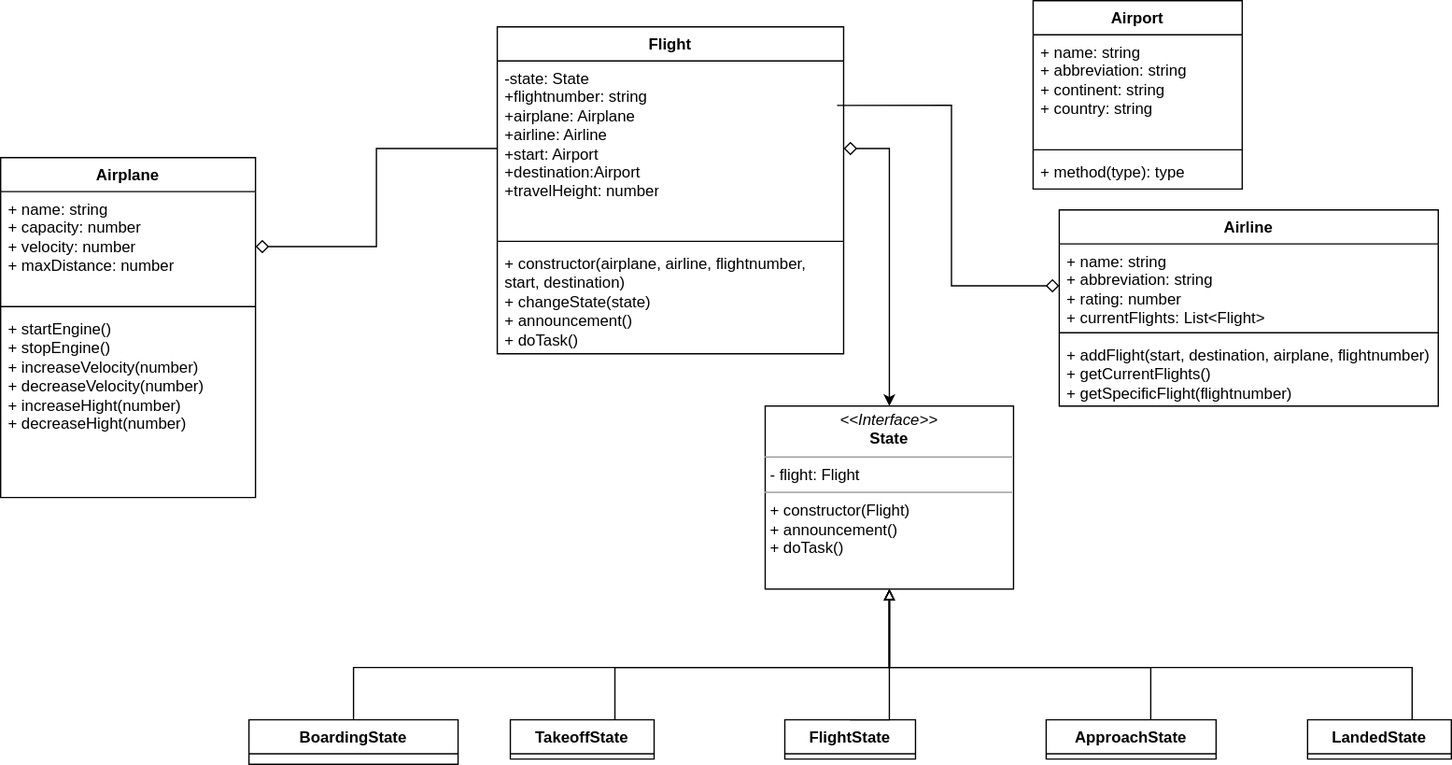
Above: Airline_Class_Diagram.svg in ModEraNoah/Airline (draw.io), before the change. Source tidied: cells renumbered, new cells last; positions are measured from the earlier drawing's top-left corner, leaving out a move shared by most shapes. The source it was exported from:
```xml
<mxGraphModel>
  <root>
    <mxCell id="0" />
    <mxCell id="1" parent="0" />
    <mxCell id="2" value="Flight" style="swimlane;fontStyle=1;align=center;verticalAlign=top;horizontal=1;startSize=26;whiteSpace=wrap;html=1;" parent="1" vertex="1">
      <mxGeometry x="380" y="20" width="265" height="250" as="geometry" />
    </mxCell>
    <mxCell id="3" value="&lt;div&gt;-state: State&lt;/div&gt;&lt;div&gt;+flightnumber: string&lt;/div&gt;&lt;div&gt;+airplane: Airplane&lt;/div&gt;&lt;div&gt;+airline: Airline&lt;/div&gt;&lt;div&gt;+start: Airport&lt;/div&gt;&lt;div&gt;+destination:Airport&lt;/div&gt;&lt;div&gt;+travelHeight: number&lt;br&gt;&lt;/div&gt;" style="text;strokeColor=none;fillColor=none;align=left;verticalAlign=top;spacingLeft=4;spacingRight=4;overflow=hidden;points=[[0,0.5],[1,0.5]];portConstraint=eastwest;whiteSpace=wrap;html=1;" parent="2" vertex="1">
      <mxGeometry y="26" width="265" height="134" as="geometry" />
    </mxCell>
    <mxCell id="4" style="line;strokeWidth=1;fillColor=none;align=left;verticalAlign=middle;spacingTop=-1;spacingLeft=3;spacingRight=3;labelPosition=right;strokeColor=inherit;" parent="2" vertex="1">
      <mxGeometry y="160" width="265" height="8" as="geometry" />
    </mxCell>
    <mxCell id="5" value="&lt;div&gt;+ constructor(airplane, airline, flightnumber, start, destination)&lt;/div&gt;&lt;div&gt;+ changeState(state)&lt;/div&gt;&lt;div&gt;+ announcement()&lt;/div&gt;&lt;div&gt;+ doTask()&lt;br&gt;&lt;/div&gt;" style="text;strokeColor=none;fillColor=none;align=left;verticalAlign=top;spacingLeft=4;spacingRight=4;overflow=hidden;whiteSpace=wrap;html=1;" parent="2" vertex="1">
      <mxGeometry y="168" width="265" height="82" as="geometry" />
    </mxCell>
    <mxCell id="6" value="&lt;p style=&quot;margin:0px;margin-top:4px;text-align:center;&quot;&gt;&lt;i&gt;&amp;lt;&amp;lt;Interface&amp;gt;&amp;gt;&lt;br&gt;&lt;/i&gt;&lt;b&gt;State&lt;/b&gt;&lt;br&gt;&lt;/p&gt;&lt;hr size=&quot;1&quot;&gt;&lt;p style=&quot;margin:0px;margin-left:4px;&quot;&gt;- flight: Flight&lt;br&gt;&lt;/p&gt;&lt;hr size=&quot;1&quot;&gt;&lt;p style=&quot;margin:0px;margin-left:4px;&quot;&gt;+ constructor(Flight)&lt;/p&gt;&lt;p style=&quot;margin:0px;margin-left:4px;&quot;&gt;+ announcement()&lt;/p&gt;&lt;p style=&quot;margin:0px;margin-left:4px;&quot;&gt;+ doTask()&lt;br&gt;&lt;/p&gt;" style="verticalAlign=top;align=left;overflow=fill;fontSize=12;fontFamily=Helvetica;html=1;whiteSpace=wrap;" parent="1" vertex="1">
      <mxGeometry x="585" y="310" width="190" height="140" as="geometry" />
    </mxCell>
    <mxCell id="7" style="edgeStyle=orthogonalEdgeStyle;rounded=0;jettySize=auto;html=1;startArrow=diamond;startFill=0;exitX=1;exitY=0.5;exitDx=0;exitDy=0;startSize=8;" parent="1" edge="1" source="3" target="6">
      <mxGeometry relative="1" as="geometry" />
    </mxCell>
    <mxCell id="8" style="edgeStyle=orthogonalEdgeStyle;rounded=0;jettySize=auto;html=1;entryX=0.5;entryY=1;entryDx=0;entryDy=0;endArrow=block;endFill=0;strokeWidth=1;endSize=6;" parent="1" edge="1" source="9" target="6">
      <mxGeometry relative="1" as="geometry">
        <Array as="points">
          <mxPoint x="270" y="510" />
          <mxPoint x="680" y="510" />
        </Array>
      </mxGeometry>
    </mxCell>
    <mxCell id="9" value="BoardingState" style="swimlane;fontStyle=1;align=center;verticalAlign=top;horizontal=1;startSize=26;whiteSpace=wrap;html=1;" parent="1" vertex="1">
      <mxGeometry x="190" y="550" width="160" height="34" as="geometry" />
    </mxCell>
    <mxCell id="10" value="TakeoffState" style="swimlane;fontStyle=1;align=center;verticalAlign=top;horizontal=1;startSize=26;whiteSpace=wrap;html=1;" parent="1" vertex="1" collapsed="1">
      <mxGeometry x="390" y="550" width="110" height="30" as="geometry" />
    </mxCell>
    <mxCell id="11" value="FlightState" style="swimlane;fontStyle=1;align=center;verticalAlign=top;horizontal=1;startSize=26;whiteSpace=wrap;html=1;" parent="1" vertex="1" collapsed="1">
      <mxGeometry x="600" y="550" width="100" height="30" as="geometry" />
    </mxCell>
    <mxCell id="12" style="edgeStyle=orthogonalEdgeStyle;rounded=0;jettySize=auto;html=1;endArrow=block;endFill=0;entryX=0.5;entryY=1;entryDx=0;entryDy=0;" parent="1" edge="1" source="13" target="6">
      <mxGeometry relative="1" as="geometry">
        <Array as="points">
          <mxPoint x="880" y="510" />
          <mxPoint x="680" y="510" />
        </Array>
      </mxGeometry>
    </mxCell>
    <mxCell id="13" value="ApproachState" style="swimlane;fontStyle=1;align=center;verticalAlign=top;horizontal=1;startSize=26;whiteSpace=wrap;html=1;" parent="1" vertex="1" collapsed="1">
      <mxGeometry x="800" y="550" width="130" height="30" as="geometry" />
    </mxCell>
    <mxCell id="14" style="edgeStyle=orthogonalEdgeStyle;rounded=0;jettySize=auto;html=1;entryX=0.5;entryY=1;entryDx=0;entryDy=0;endArrow=block;endFill=0;" parent="1" edge="1" source="15" target="6">
      <mxGeometry relative="1" as="geometry">
        <Array as="points">
          <mxPoint x="1080" y="510" />
          <mxPoint x="680" y="510" />
        </Array>
      </mxGeometry>
    </mxCell>
    <mxCell id="15" value="LandedState" style="swimlane;fontStyle=1;align=center;verticalAlign=top;horizontal=1;startSize=26;whiteSpace=wrap;html=1;" parent="1" vertex="1" collapsed="1">
      <mxGeometry x="1000" y="550" width="110" height="30" as="geometry" />
    </mxCell>
    <mxCell id="16" style="edgeStyle=orthogonalEdgeStyle;rounded=0;jettySize=auto;html=1;entryX=0.5;entryY=1;entryDx=0;entryDy=0;endArrow=block;endFill=0;strokeWidth=1;endSize=6;" parent="1" edge="1" source="10" target="6">
      <mxGeometry relative="1" as="geometry">
        <Array as="points">
          <mxPoint x="470" y="510" />
          <mxPoint x="680" y="510" />
          <mxPoint x="680" y="450" />
        </Array>
      </mxGeometry>
    </mxCell>
    <mxCell id="17" style="edgeStyle=orthogonalEdgeStyle;rounded=0;jettySize=auto;html=1;entryX=0.5;entryY=1;entryDx=0;entryDy=0;endArrow=block;endFill=0;strokeWidth=1;endSize=6;exitX=0.5;exitY=0;exitDx=0;exitDy=0;" parent="1" edge="1" source="11" target="6">
      <mxGeometry relative="1" as="geometry">
        <Array as="points">
          <mxPoint x="680" y="480" />
          <mxPoint x="680" y="480" />
        </Array>
      </mxGeometry>
    </mxCell>
    <mxCell id="18" value="Airplane" style="swimlane;fontStyle=1;align=center;verticalAlign=top;horizontal=1;startSize=26;whiteSpace=wrap;html=1;" parent="1" vertex="1">
      <mxGeometry y="120" width="195" height="260" as="geometry" />
    </mxCell>
    <mxCell id="19" value="&lt;div&gt;+ name: string&lt;/div&gt;&lt;div&gt;+ capacity: number&lt;br&gt;&lt;/div&gt;&lt;div&gt;+ velocity: number&lt;/div&gt;&lt;div&gt;+ maxDistance: number&lt;br&gt;&lt;/div&gt;" style="text;strokeColor=none;fillColor=none;align=left;verticalAlign=top;spacingLeft=4;spacingRight=4;overflow=hidden;points=[[0,0.5],[1,0.5]];portConstraint=eastwest;whiteSpace=wrap;html=1;" parent="18" vertex="1">
      <mxGeometry y="26" width="195" height="84" as="geometry" />
    </mxCell>
    <mxCell id="20" style="line;strokeWidth=1;fillColor=none;align=left;verticalAlign=middle;spacingTop=-1;spacingLeft=3;spacingRight=3;labelPosition=right;strokeColor=inherit;" parent="18" vertex="1">
      <mxGeometry y="110" width="195" height="8" as="geometry" />
    </mxCell>
    <mxCell id="21" value="&lt;div&gt;+ startEngine()&lt;/div&gt;&lt;div&gt;+ stopEngine()&lt;/div&gt;&lt;div&gt;+ increaseVelocity(number)&lt;/div&gt;&lt;div&gt;+ decreaseVelocity(number)&lt;/div&gt;&lt;div&gt;+ increaseHight(number)&lt;/div&gt;&lt;div&gt;+ decreaseHight(number)&lt;br&gt;&lt;/div&gt;" style="text;strokeColor=none;fillColor=none;align=left;verticalAlign=top;spacingLeft=4;spacingRight=4;overflow=hidden;whiteSpace=wrap;html=1;" parent="18" vertex="1">
      <mxGeometry y="118" width="195" height="142" as="geometry" />
    </mxCell>
    <mxCell id="22" style="edgeStyle=orthogonalEdgeStyle;rounded=0;jettySize=auto;html=1;exitX=1;exitY=0.5;exitDx=0;exitDy=0;entryX=0;entryY=0.5;entryDx=0;entryDy=0;endArrow=none;endFill=0;startArrow=diamond;startFill=0;startSize=8;" parent="1" edge="1" source="19" target="3">
      <mxGeometry relative="1" as="geometry" />
    </mxCell>
    <mxCell id="23" value="Airline" style="swimlane;fontStyle=1;align=center;verticalAlign=top;horizontal=1;startSize=26;whiteSpace=wrap;html=1;" parent="1" vertex="1">
      <mxGeometry x="810" y="160" width="290" height="150" as="geometry" />
    </mxCell>
    <mxCell id="24" value="&lt;div&gt;+ name: string&lt;/div&gt;&lt;div&gt;+ abbreviation: string&lt;/div&gt;&lt;div&gt;+ rating: number&lt;/div&gt;&lt;div&gt;+ currentFlights: List&amp;lt;Flight&amp;gt;&lt;br&gt;&lt;/div&gt;" style="text;strokeColor=none;fillColor=none;align=left;verticalAlign=top;spacingLeft=4;spacingRight=4;overflow=hidden;points=[[0,0.5],[1,0.5]];portConstraint=eastwest;whiteSpace=wrap;html=1;" parent="23" vertex="1">
      <mxGeometry y="26" width="290" height="64" as="geometry" />
    </mxCell>
    <mxCell id="25" style="line;strokeWidth=1;fillColor=none;align=left;verticalAlign=middle;spacingTop=-1;spacingLeft=3;spacingRight=3;labelPosition=right;strokeColor=inherit;" parent="23" vertex="1">
      <mxGeometry y="90" width="290" height="8" as="geometry" />
    </mxCell>
    <mxCell id="26" value="&lt;div&gt;+ addFlight(start, destination, airplane, flightnumber)&lt;/div&gt;&lt;div&gt;+ getCurrentFlights()&lt;/div&gt;&lt;div&gt;+ getSpecificFlight(flightnumber)&lt;br&gt;&lt;/div&gt;" style="text;strokeColor=none;fillColor=none;align=left;verticalAlign=top;spacingLeft=4;spacingRight=4;overflow=hidden;whiteSpace=wrap;html=1;" parent="23" vertex="1">
      <mxGeometry y="98" width="290" height="52" as="geometry" />
    </mxCell>
    <mxCell id="27" style="edgeStyle=orthogonalEdgeStyle;rounded=0;jettySize=auto;html=1;exitX=0;exitY=0.5;exitDx=0;exitDy=0;entryX=0.981;entryY=0.254;entryDx=0;entryDy=0;entryPerimeter=0;endArrow=none;endFill=0;startArrow=diamond;startFill=0;endSize=6;startSize=8;" parent="1" edge="1" source="24" target="3">
      <mxGeometry relative="1" as="geometry" />
    </mxCell>
    <mxCell id="28" value="Airport" style="swimlane;fontStyle=1;align=center;verticalAlign=top;horizontal=1;startSize=26;whiteSpace=wrap;html=1;" parent="1" vertex="1">
      <mxGeometry x="790" width="160" height="144" as="geometry" />
    </mxCell>
    <mxCell id="29" value="&lt;div&gt;+ name: string&lt;/div&gt;&lt;div&gt;+ abbreviation: string&lt;/div&gt;&lt;div&gt;+ continent: string&lt;/div&gt;&lt;div&gt;+ country: string&lt;/div&gt;" style="text;strokeColor=none;fillColor=none;align=left;verticalAlign=top;spacingLeft=4;spacingRight=4;overflow=hidden;whiteSpace=wrap;html=1;" parent="28" vertex="1">
      <mxGeometry y="26" width="160" height="84" as="geometry" />
    </mxCell>
    <mxCell id="30" style="line;strokeWidth=1;fillColor=none;align=left;verticalAlign=middle;spacingTop=-1;spacingLeft=3;spacingRight=3;labelPosition=right;strokeColor=inherit;" parent="28" vertex="1">
      <mxGeometry y="110" width="160" height="8" as="geometry" />
    </mxCell>
    <mxCell id="31" value="+ method(type): type" style="text;strokeColor=none;fillColor=none;align=left;verticalAlign=top;spacingLeft=4;spacingRight=4;overflow=hidden;whiteSpace=wrap;html=1;" parent="28" vertex="1">
      <mxGeometry y="118" width="160" height="26" as="geometry" />
    </mxCell>
  </root>
</mxGraphModel>
```
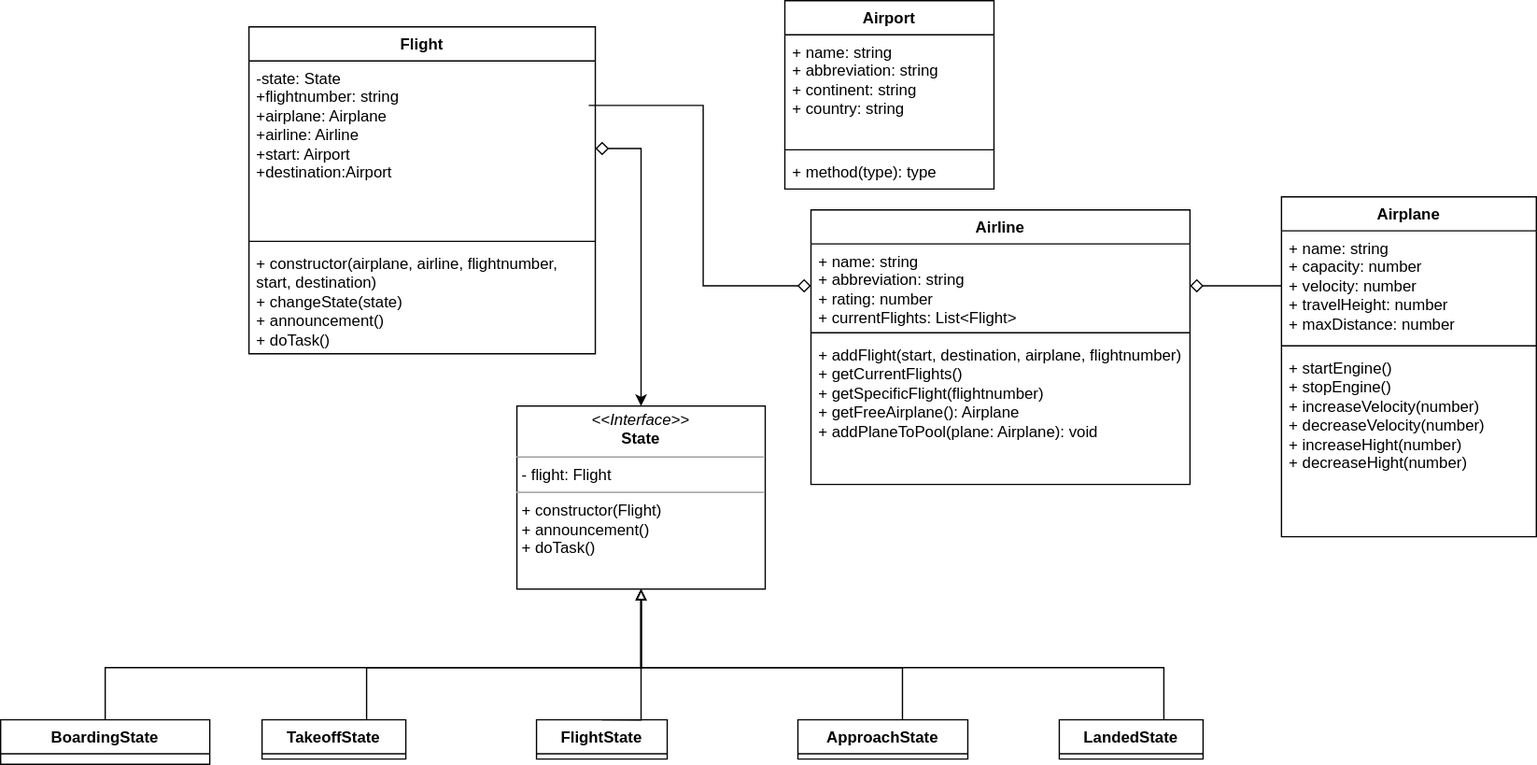
The same diagram one commit later.

What changed in the source:
```diff
@@ -5,7 +5,7 @@
     <mxCell id="2" value="Flight" style="swimlane;fontStyle=1;align=center;verticalAlign=top;horizontal=1;startSize=26;whiteSpace=wrap;html=1;" parent="1" vertex="1">
       <mxGeometry x="380" y="20" width="265" height="250" as="geometry" />
     </mxCell>
-    <mxCell id="3" value="&lt;div&gt;-state: State&lt;/div&gt;&lt;div&gt;+flightnumber: string&lt;/div&gt;&lt;div&gt;+airplane: Airplane&lt;/div&gt;&lt;div&gt;+airline: Airline&lt;/div&gt;&lt;div&gt;+start: Airport&lt;/div&gt;&lt;div&gt;+destination:Airport&lt;/div&gt;&lt;div&gt;+travelHeight: number&lt;br&gt;&lt;/div&gt;" style="text;strokeColor=none;fillColor=none;align=left;verticalAlign=top;spacingLeft=4;spacingRight=4;overflow=hidden;points=[[0,0.5],[1,0.5]];portConstraint=eastwest;whiteSpace=wrap;html=1;" parent="2" vertex="1">
+    <mxCell id="3" value="&lt;div&gt;-state: State&lt;/div&gt;&lt;div&gt;+flightnumber: string&lt;/div&gt;&lt;div&gt;+airplane: Airplane&lt;/div&gt;&lt;div&gt;+airline: Airline&lt;/div&gt;&lt;div&gt;+start: Airport&lt;/div&gt;&lt;div&gt;+destination:Airport&lt;/div&gt;" style="text;strokeColor=none;fillColor=none;align=left;verticalAlign=top;spacingLeft=4;spacingRight=4;overflow=hidden;points=[[0,0.5],[1,0.5]];portConstraint=eastwest;whiteSpace=wrap;html=1;" parent="2" vertex="1">
       <mxGeometry y="26" width="265" height="134" as="geometry" />
     </mxCell>
     <mxCell id="4" style="line;strokeWidth=1;fillColor=none;align=left;verticalAlign=middle;spacingTop=-1;spacingLeft=3;spacingRight=3;labelPosition=right;strokeColor=inherit;" parent="2" vertex="1">
@@ -77,9 +77,9 @@
       </mxGeometry>
     </mxCell>
     <mxCell id="18" value="Airplane" style="swimlane;fontStyle=1;align=center;verticalAlign=top;horizontal=1;startSize=26;whiteSpace=wrap;html=1;" parent="1" vertex="1">
-      <mxGeometry y="120" width="195" height="260" as="geometry" />
+      <mxGeometry x="1170" y="150" width="195" height="260" as="geometry" />
     </mxCell>
-    <mxCell id="19" value="&lt;div&gt;+ name: string&lt;/div&gt;&lt;div&gt;+ capacity: number&lt;br&gt;&lt;/div&gt;&lt;div&gt;+ velocity: number&lt;/div&gt;&lt;div&gt;+ maxDistance: number&lt;br&gt;&lt;/div&gt;" style="text;strokeColor=none;fillColor=none;align=left;verticalAlign=top;spacingLeft=4;spacingRight=4;overflow=hidden;points=[[0,0.5],[1,0.5]];portConstraint=eastwest;whiteSpace=wrap;html=1;" parent="18" vertex="1">
+    <mxCell id="19" value="&lt;div&gt;+ name: string&lt;/div&gt;&lt;div&gt;+ capacity: number&lt;br&gt;&lt;/div&gt;&lt;div&gt;+ velocity: number&lt;/div&gt;&lt;div&gt;+ travelHeight: number&lt;br&gt;&lt;/div&gt;&lt;div&gt;+ maxDistance: number&lt;br&gt;&lt;/div&gt;" style="text;strokeColor=none;fillColor=none;align=left;verticalAlign=top;spacingLeft=4;spacingRight=4;overflow=hidden;points=[[0,0.5],[1,0.5]];portConstraint=eastwest;whiteSpace=wrap;html=1;" parent="18" vertex="1">
       <mxGeometry y="26" width="195" height="84" as="geometry" />
     </mxCell>
     <mxCell id="20" style="line;strokeWidth=1;fillColor=none;align=left;verticalAlign=middle;spacingTop=-1;spacingLeft=3;spacingRight=3;labelPosition=right;strokeColor=inherit;" parent="18" vertex="1">
@@ -88,11 +88,11 @@
     <mxCell id="21" value="&lt;div&gt;+ startEngine()&lt;/div&gt;&lt;div&gt;+ stopEngine()&lt;/div&gt;&lt;div&gt;+ increaseVelocity(number)&lt;/div&gt;&lt;div&gt;+ decreaseVelocity(number)&lt;/div&gt;&lt;div&gt;+ increaseHight(number)&lt;/div&gt;&lt;div&gt;+ decreaseHight(number)&lt;br&gt;&lt;/div&gt;" style="text;strokeColor=none;fillColor=none;align=left;verticalAlign=top;spacingLeft=4;spacingRight=4;overflow=hidden;whiteSpace=wrap;html=1;" parent="18" vertex="1">
       <mxGeometry y="118" width="195" height="142" as="geometry" />
     </mxCell>
-    <mxCell id="22" style="edgeStyle=orthogonalEdgeStyle;rounded=0;jettySize=auto;html=1;exitX=1;exitY=0.5;exitDx=0;exitDy=0;entryX=0;entryY=0.5;entryDx=0;entryDy=0;endArrow=none;endFill=0;startArrow=diamond;startFill=0;startSize=8;" parent="1" edge="1" source="19" target="3">
+    <mxCell id="22" style="edgeStyle=orthogonalEdgeStyle;rounded=0;jettySize=auto;html=1;endArrow=none;endFill=0;startArrow=diamond;startFill=0;startSize=8;" parent="1" edge="1" source="24" target="19">
       <mxGeometry relative="1" as="geometry" />
     </mxCell>
     <mxCell id="23" value="Airline" style="swimlane;fontStyle=1;align=center;verticalAlign=top;horizontal=1;startSize=26;whiteSpace=wrap;html=1;" parent="1" vertex="1">
-      <mxGeometry x="810" y="160" width="290" height="150" as="geometry" />
+      <mxGeometry x="810" y="160" width="290" height="210" as="geometry" />
     </mxCell>
     <mxCell id="24" value="&lt;div&gt;+ name: string&lt;/div&gt;&lt;div&gt;+ abbreviation: string&lt;/div&gt;&lt;div&gt;+ rating: number&lt;/div&gt;&lt;div&gt;+ currentFlights: List&amp;lt;Flight&amp;gt;&lt;br&gt;&lt;/div&gt;" style="text;strokeColor=none;fillColor=none;align=left;verticalAlign=top;spacingLeft=4;spacingRight=4;overflow=hidden;points=[[0,0.5],[1,0.5]];portConstraint=eastwest;whiteSpace=wrap;html=1;" parent="23" vertex="1">
       <mxGeometry y="26" width="290" height="64" as="geometry" />
@@ -100,8 +100,8 @@
     <mxCell id="25" style="line;strokeWidth=1;fillColor=none;align=left;verticalAlign=middle;spacingTop=-1;spacingLeft=3;spacingRight=3;labelPosition=right;strokeColor=inherit;" parent="23" vertex="1">
       <mxGeometry y="90" width="290" height="8" as="geometry" />
     </mxCell>
-    <mxCell id="26" value="&lt;div&gt;+ addFlight(start, destination, airplane, flightnumber)&lt;/div&gt;&lt;div&gt;+ getCurrentFlights()&lt;/div&gt;&lt;div&gt;+ getSpecificFlight(flightnumber)&lt;br&gt;&lt;/div&gt;" style="text;strokeColor=none;fillColor=none;align=left;verticalAlign=top;spacingLeft=4;spacingRight=4;overflow=hidden;whiteSpace=wrap;html=1;" parent="23" vertex="1">
-      <mxGeometry y="98" width="290" height="52" as="geometry" />
+    <mxCell id="26" value="&lt;div&gt;+ addFlight(start, destination, airplane, flightnumber)&lt;/div&gt;&lt;div&gt;+ getCurrentFlights()&lt;/div&gt;&lt;div&gt;+ getSpecificFlight(flightnumber)&lt;/div&gt;&lt;div&gt;+ getFreeAirplane(): Airplane&lt;/div&gt;&lt;div&gt;+ addPlaneToPool(plane: Airplane): void&lt;br&gt;&lt;/div&gt;" style="text;strokeColor=none;fillColor=none;align=left;verticalAlign=top;spacingLeft=4;spacingRight=4;overflow=hidden;whiteSpace=wrap;html=1;" parent="23" vertex="1">
+      <mxGeometry y="98" width="290" height="112" as="geometry" />
     </mxCell>
     <mxCell id="27" style="edgeStyle=orthogonalEdgeStyle;rounded=0;jettySize=auto;html=1;exitX=0;exitY=0.5;exitDx=0;exitDy=0;entryX=0.981;entryY=0.254;entryDx=0;entryDy=0;entryPerimeter=0;endArrow=none;endFill=0;startArrow=diamond;startFill=0;endSize=6;startSize=8;" parent="1" edge="1" source="24" target="3">
       <mxGeometry relative="1" as="geometry" />
```
